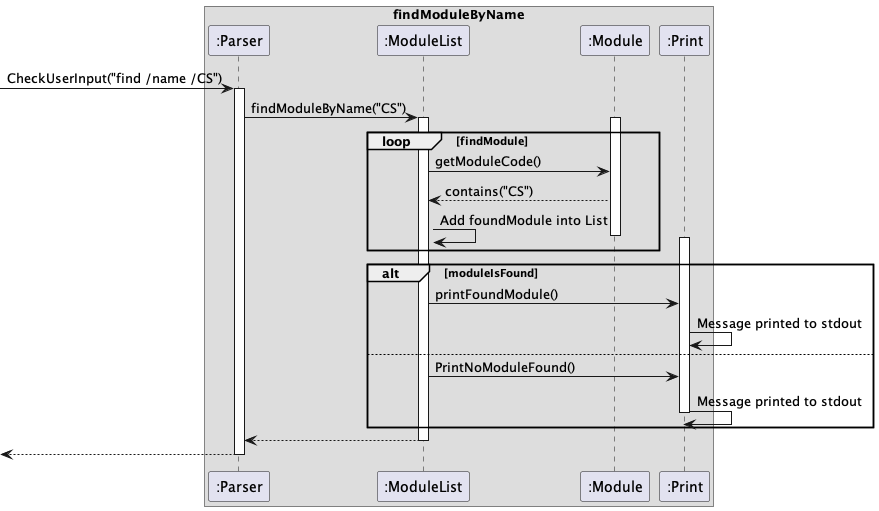
This is docs/diagrams/FindModule.png from saintzaw/tp, a PlantUML export, as it was before one commit. The source it was exported from:
```plantuml
@startuml

box findModuleByName
participant ":Parser" as Parser
participant ":ModuleList" as ModuleList
participant ":Module" as Module
participant ":Print" as Print
end box

[-> Parser: CheckUserInput("find /name /CS")
activate Parser

Parser -> ModuleList : findModuleByName("CS")
activate ModuleList

loop findModule
    activate Module
    ModuleList -> Module :getModuleCode()
    Module --> ModuleList : contains("CS")
    ModuleList -> ModuleList : Add foundModule into List
    deactivate Module
    activate Print
end

alt moduleIsFound
    ModuleList -> Print : printFoundModule()

    Print -> Print : Message printed to stdout
else
    ModuleList -> Print : PrintNoModuleFound()
    Print -> Print : Message printed to stdout
    deactivate Print
end

return
return

@enduml
```
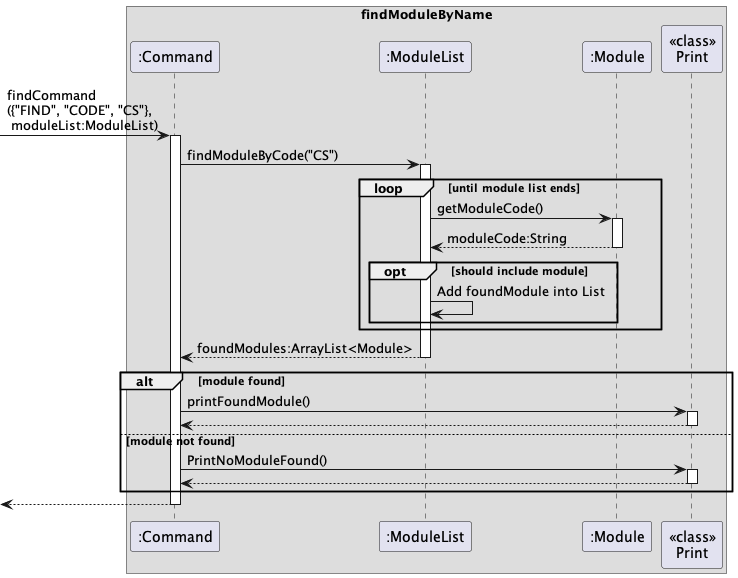
The same diagram one commit later.

The edit, as a diff of the source:
```diff
@@ -1,38 +1,43 @@
 @startuml
 
 box findModuleByName
-participant ":Parser" as Parser
+participant ":Command" as Command
 participant ":ModuleList" as ModuleList
 participant ":Module" as Module
-participant ":Print" as Print
+participant "<<class>>\nPrint" as Print
 end box
 
-[-> Parser: CheckUserInput("find /name /CS")
-activate Parser
+[-> Command: findCommand\n({"FIND", "CODE", "CS"},\n moduleList:ModuleList)
+activate Command
 
-Parser -> ModuleList : findModuleByName("CS")
+Command -> ModuleList : findModuleByCode("CS")
 activate ModuleList
 
-loop findModule
+loop until module list ends
+    ModuleList -> Module :getModuleCode()
     activate Module
-    ModuleList -> Module :getModuleCode()
-    Module --> ModuleList : contains("CS")
-    ModuleList -> ModuleList : Add foundModule into List
+    Module --> ModuleList : moduleCode:String
     deactivate Module
-    activate Print
+
+    opt should include module
+        ModuleList -> ModuleList : Add foundModule into List
+    end
 end
 
-alt moduleIsFound
-    ModuleList -> Print : printFoundModule()
+ModuleList --> Command : foundModules:ArrayList<Module>
+deactivate ModuleList
 
-    Print -> Print : Message printed to stdout
-else
-    ModuleList -> Print : PrintNoModuleFound()
-    Print -> Print : Message printed to stdout
+alt module found
+    Command -> Print : printFoundModule()
+    activate Print
+    Print --> Command
+    deactivate Print
+else module not found
+    Command -> Print : PrintNoModuleFound()
+    activate Print
+    Print --> Command
     deactivate Print
 end
 
 return
-return
-
 @enduml
```
